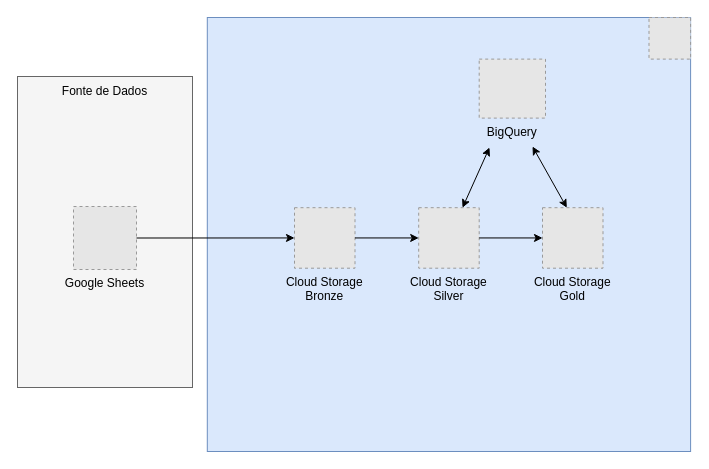
Before: doc/architecture.drawio in matbragan/gestao-condominial, a draw.io diagram. Source tidied: cells renumbered, new cells numbered last; positions are measured from the earlier drawing's top-left corner, leaving out a move shared by most shapes. Both pictures are drawn from the tidied source at 100%, with x=0, y=0 at pixel (17, 17). Pictures stored in the file or linked from it are replaced by grey dashed boxes.
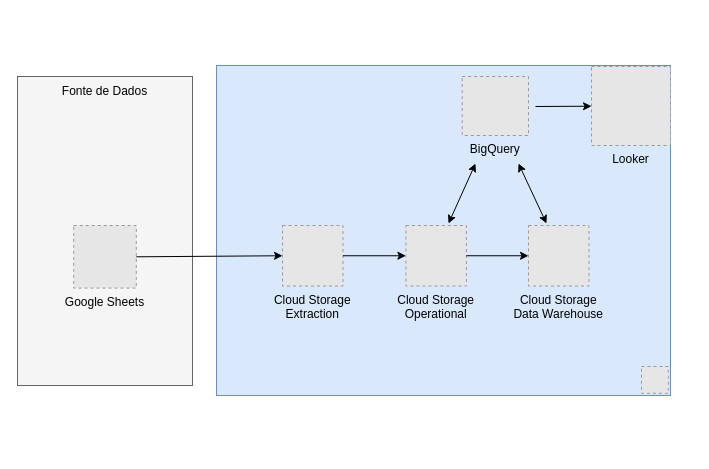
The same diagram, later.

Commit message (it also covers changes not shown here):
feat: new flow architecture DW

What changed in the source:
```diff
@@
-    <mxCell id="2" style="group;" parent="1" vertex="1">
-      <mxGeometry x="189.8" width="483.2" height="434" as="geometry" />
-    </mxCell>
+    <mxCell id="18" style="group;" parent="1" vertex="1">
+      <mxGeometry x="199" y="48" width="454" height="330" as="geometry" />
+    </mxCell>
-    <mxCell id="3" style="rounded=0;whiteSpace=wrap;html=1;fillColor=#dae8fc;strokeColor=#6c8ebf;" parent="2" vertex="1">
-      <mxGeometry width="483.3" height="434" as="geometry" />
+    <mxCell id="3" style="rounded=0;whiteSpace=wrap;html=1;fillColor=#dae8fc;strokeColor=#6c8ebf;" parent="18" vertex="1">
+      <mxGeometry width="454" height="330" as="geometry" />
     </mxCell>
-    <mxCell id="4" style="fillColor=#E6E6E6;strokeColor=#999999;dashed=1;verticalLabelPosition=bottom;verticalAlign=top;fontColor=#000000;" parent="2" vertex="1">
-      <mxGeometry x="441.7" width="41.6" height="41.6" as="geometry" />
+    <mxCell id="4" style="fillColor=#E6E6E6;strokeColor=#999999;dashed=1;verticalLabelPosition=bottom;verticalAlign=top;fontColor=#000000;" parent="18" vertex="1">
+      <mxGeometry x="425" y="301" width="26.8" height="26.8" as="geometry" />
     </mxCell>
-    <mxCell id="5" value="Cloud Storage&#10;Gold" style="fillColor=#E6E6E6;strokeColor=#999999;dashed=1;verticalLabelPosition=bottom;verticalAlign=top;fontColor=#000000;" parent="2" vertex="1">
-      <mxGeometry x="335.2" y="190.2" width="60.5" height="60.5" as="geometry" />
-    </mxCell>
-    <mxCell id="6" style="edgeStyle=none;html=1;strokeColor=#000000;startArrow=classic;startFill=1;" parent="2" edge="1" source="7">
-      <mxGeometry relative="1" as="geometry">
-        <mxPoint x="282.2" y="130" as="targetPoint" />
-      </mxGeometry>
-    </mxCell>
+    <mxCell id="9" value="Cloud Storage&#10;Extraction" style="fillColor=#E6E6E6;strokeColor=#999999;dashed=1;verticalLabelPosition=bottom;verticalAlign=top;fontColor=#000000;" parent="18" vertex="1">
+      <mxGeometry x="66" y="160" width="60.5" height="60.5" as="geometry" />
+    </mxCell>
-    <mxCell id="7" value="Cloud Storage&#10;Silver" style="fillColor=#E6E6E6;strokeColor=#999999;dashed=1;verticalLabelPosition=bottom;verticalAlign=top;fontColor=#000000;" parent="2" vertex="1">
-      <mxGeometry x="211.4" y="190.2" width="60.5" height="60.5" as="geometry" />
+    <mxCell id="7" value="Cloud Storage&#10;Operational" style="fillColor=#E6E6E6;strokeColor=#999999;dashed=1;verticalLabelPosition=bottom;verticalAlign=top;fontColor=#000000;" parent="18" vertex="1">
+      <mxGeometry x="189.4" y="160" width="60.5" height="60.5" as="geometry" />
     </mxCell>
-    <mxCell id="8" style="edgeStyle=none;html=1;entryX=0;entryY=0.5;entryDx=0;entryDy=0;strokeColor=#000000;fontColor=#000000;" parent="2" edge="1" source="7" target="5">
-      <mxGeometry relative="1" as="geometry" />
-    </mxCell>
-    <mxCell id="9" value="Cloud Storage&#10;Bronze" style="fillColor=#E6E6E6;strokeColor=#999999;dashed=1;verticalLabelPosition=bottom;verticalAlign=top;fontColor=#000000;" parent="2" vertex="1">
-      <mxGeometry x="87.2" y="190.2" width="60.5" height="60.5" as="geometry" />
-    </mxCell>
-    <mxCell id="10" style="edgeStyle=none;html=1;entryX=0;entryY=0.5;entryDx=0;entryDy=0;strokeColor=#000000;" parent="2" edge="1" source="9" target="7">
+    <mxCell id="10" style="edgeStyle=none;html=1;entryX=0;entryY=0.5;entryDx=0;entryDy=0;strokeColor=#000000;" parent="18" edge="1" source="9" target="7">
       <mxGeometry relative="1" as="geometry" />
     </mxCell>
+    <mxCell id="19" style="edgeStyle=none;html=1;strokeColor=#000000;startArrow=classic;startFill=1;" parent="18" edge="1">
+      <mxGeometry relative="1" as="geometry">
+        <mxPoint x="259" y="98" as="sourcePoint" />
+        <mxPoint x="232" y="158" as="targetPoint" />
+      </mxGeometry>
+    </mxCell>
+    <mxCell id="20" style="edgeStyle=none;html=1;strokeColor=#000000;startArrow=classic;startFill=1;" parent="18" edge="1">
+      <mxGeometry relative="1" as="geometry">
+        <mxPoint x="330" y="158" as="sourcePoint" />
+        <mxPoint x="302" y="98" as="targetPoint" />
+      </mxGeometry>
+    </mxCell>
+    <mxCell id="21" value="Looker" style="fillColor=#E6E6E6;strokeColor=#999999;dashed=1;verticalLabelPosition=bottom;labelBackgroundColor=none;verticalAlign=top;fontColor=#000000;" parent="18" vertex="1">
+      <mxGeometry x="375" y="1" width="79" height="79" as="geometry" />
+    </mxCell>
+    <mxCell id="22" value="Cloud Storage&#10;Data Warehouse" style="fillColor=#E6E6E6;strokeColor=#999999;dashed=1;verticalLabelPosition=bottom;verticalAlign=top;fontColor=#000000;" parent="18" vertex="1">
+      <mxGeometry x="312" y="160" width="60.5" height="60.5" as="geometry" />
+    </mxCell>
+    <mxCell id="23" style="edgeStyle=none;html=1;strokeColor=#000000;fontColor=#000000;startArrow=none;startFill=0;endArrow=classic;endFill=1;" parent="18" edge="1" source="7" target="22">
+      <mxGeometry relative="1" as="geometry" />
+    </mxCell>
+    <mxCell id="24" style="edgeStyle=none;html=1;strokeColor=#000000;fontColor=#000000;startArrow=none;startFill=0;endArrow=classic;endFill=1;" parent="18" edge="1" target="21">
+      <mxGeometry relative="1" as="geometry">
+        <mxPoint x="319" y="41" as="sourcePoint" />
+      </mxGeometry>
+    </mxCell>
-    <mxCell id="11" value="BigQuery" style="fillColor=#E6E6E6;strokeColor=#999999;dashed=1;verticalLabelPosition=bottom;verticalAlign=top;fontColor=#000000;" parent="2" vertex="1">
-      <mxGeometry x="271.9" y="41.6" width="66.3" height="59" as="geometry" />
+    <mxCell id="11" value="BigQuery" style="fillColor=#E6E6E6;strokeColor=#999999;dashed=1;verticalLabelPosition=bottom;verticalAlign=top;fontColor=#000000;" parent="18" vertex="1">
+      <mxGeometry x="245.7" y="11" width="66.3" height="59" as="geometry" />
     </mxCell>
-    <mxCell id="12" style="edgeStyle=none;html=1;strokeColor=#000000;exitX=0.5;exitY=0;exitDx=0;exitDy=0;startArrow=classic;startFill=1;endArrow=classic;endFill=1;" parent="2" edge="1">
-      <mxGeometry relative="1" as="geometry">
-        <mxPoint x="359.5" y="190.2" as="sourcePoint" />
-        <mxPoint x="325.2" y="129" as="targetPoint" />
-      </mxGeometry>
-    </mxCell>
     <mxCell id="13" style="group;" parent="1" vertex="1">
-      <mxGeometry y="59" width="175" height="311" as="geometry" />
+      <mxGeometry y="59" width="175" height="309" as="geometry" />
     </mxCell>
     <mxCell id="14" style="rounded=0;whiteSpace=wrap;html=1;fillColor=#f5f5f5;strokeColor=#666666;fontColor=#333333;" parent="13" vertex="1">
-      <mxGeometry width="175" height="311" as="geometry" />
+      <mxGeometry width="175" height="309" as="geometry" />
     </mxCell>
     <mxCell id="15" value="Fonte de Dados" style="text;strokeColor=none;align=center;fillColor=none;html=1;verticalAlign=middle;whiteSpace=wrap;rounded=0;fontColor=#000000;" parent="13" vertex="1">
-      <mxGeometry x="39" width="97" height="30" as="geometry" />
+      <mxGeometry x="39" width="97" height="29.8" as="geometry" />
     </mxCell>
     <mxCell id="16" value="Google Sheets" style="fillColor=#E6E6E6;strokeColor=#999999;dashed=1;verticalLabelPosition=bottom;verticalAlign=top;fontColor=#000000;" parent="13" vertex="1">
-      <mxGeometry x="56" y="130" width="63" height="63" as="geometry" />
+      <mxGeometry x="56.2" y="149" width="62.6" height="62.6" as="geometry" />
     </mxCell>
```
